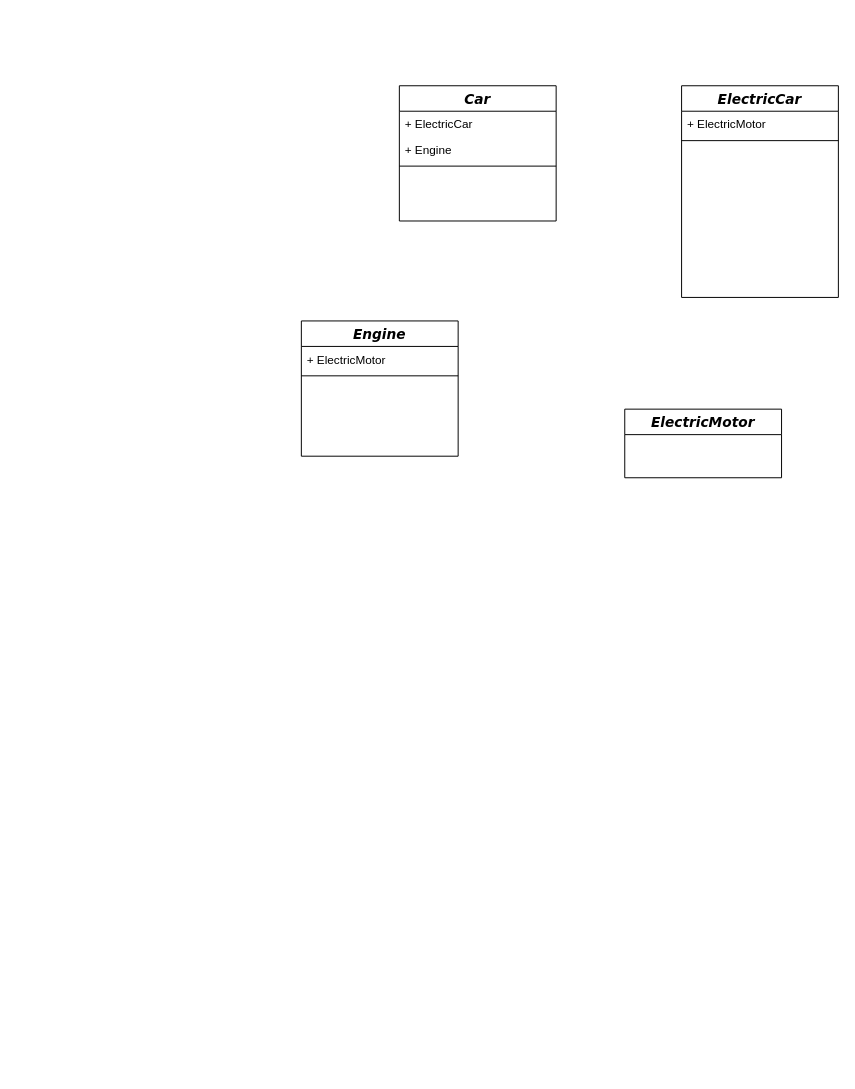
Earlier version of the draw.io diagram Untitled Diagram.drawio (DeeKay81/DeeKay81). Source tidied: cells renumbered, new cells numbered last; positions are measured from the earlier drawing's top-left corner, leaving out a move shared by most shapes. Both pictures are drawn from the tidied source at 98%, with x=0, y=0 at pixel (301, 85).
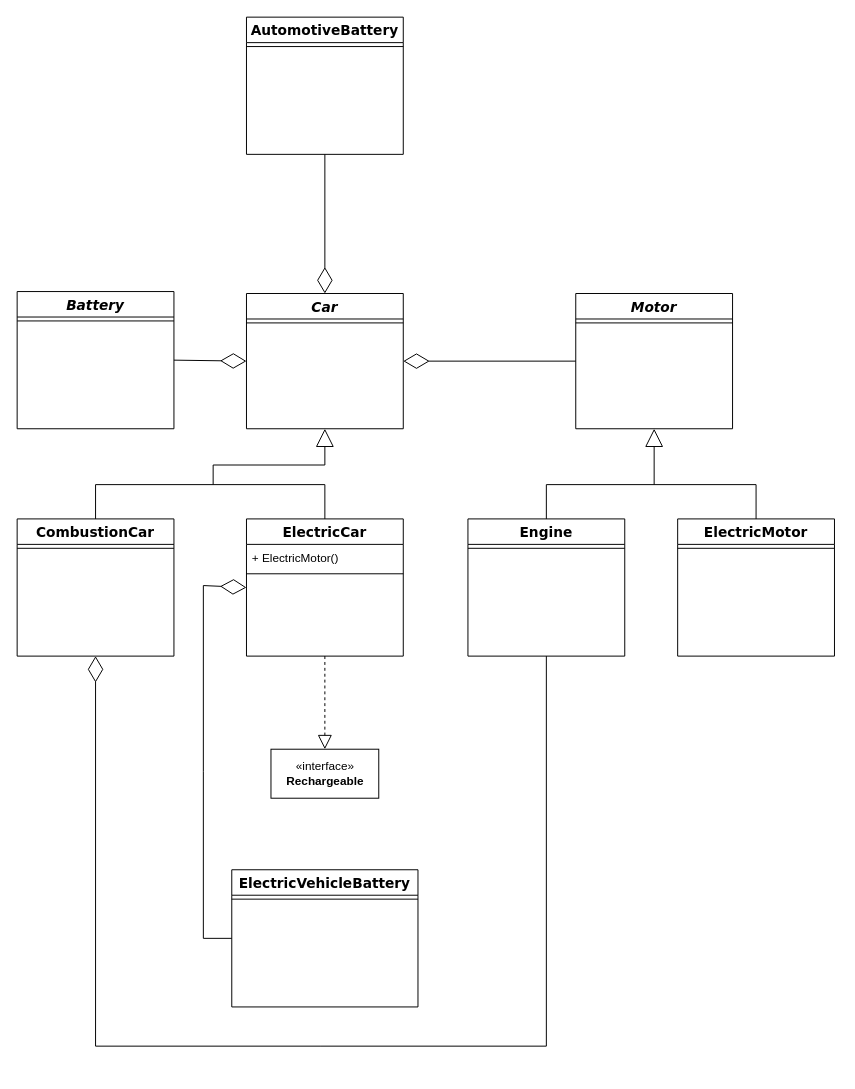
After the change.

The edit, as a diff of the source:
```diff
@@
     <mxCell id="2" value="Car" style="swimlane;fontStyle=3;align=center;verticalAlign=middle;horizontal=1;startSize=26;rounded=0;shadow=0;strokeWidth=1;fontFamily=Verdana;fontSize=14;" parent="1" vertex="1">
-      <mxGeometry x="100" width="160" height="138" as="geometry" />
+      <mxGeometry x="-56" y="212" width="160" height="138" as="geometry" />
     </mxCell>
-    <mxCell id="3" value="+ ElectricCar" style="text;align=left;verticalAlign=top;spacingLeft=4;spacingRight=4;overflow=hidden;" parent="2" vertex="1">
-      <mxGeometry y="26" width="160" height="26" as="geometry" />
-    </mxCell>
-    <mxCell id="4" value="+ Engine" style="text;align=left;verticalAlign=top;spacingLeft=4;spacingRight=4;overflow=hidden;" parent="2" vertex="1">
-      <mxGeometry y="52" width="160" height="26" as="geometry" />
-    </mxCell>
-    <mxCell id="5" style="line;html=1;strokeWidth=1;align=left;verticalAlign=middle;spacingTop=-1;spacingLeft=3;spacingRight=3;labelPosition=right;" parent="2" vertex="1">
-      <mxGeometry y="78" width="160" height="8" as="geometry" />
-    </mxCell>
+    <mxCell id="13" style="line;html=1;strokeWidth=1;align=left;verticalAlign=middle;spacingTop=-1;spacingLeft=3;spacingRight=3;labelPosition=right;" parent="2" vertex="1">
+      <mxGeometry y="26" width="160" height="8" as="geometry" />
+    </mxCell>
-    <mxCell id="6" value="Engine" style="swimlane;fontStyle=3;align=center;verticalAlign=middle;horizontal=1;startSize=26;rounded=0;shadow=0;strokeWidth=1;fontFamily=Verdana;fontSize=14;" parent="1" vertex="1">
-      <mxGeometry y="240" width="160" height="138" as="geometry" />
+    <mxCell id="6" value="Engine" style="swimlane;fontStyle=1;align=center;verticalAlign=middle;horizontal=1;startSize=26;rounded=0;shadow=0;strokeWidth=1;fontFamily=Verdana;fontSize=14;" parent="1" vertex="1">
+      <mxGeometry x="170" y="442" width="160" height="140" as="geometry" />
     </mxCell>
-    <mxCell id="7" value="+ ElectricMotor" style="text;align=left;verticalAlign=top;spacingLeft=4;spacingRight=4;overflow=hidden;" parent="6" vertex="1">
-      <mxGeometry y="26" width="160" height="26" as="geometry" />
-    </mxCell>
-    <mxCell id="8" style="line;html=1;strokeWidth=1;align=left;verticalAlign=middle;spacingTop=-1;spacingLeft=3;spacingRight=3;labelPosition=right;" parent="6" vertex="1">
-      <mxGeometry y="52" width="160" height="8" as="geometry" />
-    </mxCell>
+    <mxCell id="14" style="line;html=1;strokeWidth=1;align=left;verticalAlign=middle;spacingTop=-1;spacingLeft=3;spacingRight=3;labelPosition=right;" parent="6" vertex="1">
+      <mxGeometry y="26" width="160" height="8" as="geometry" />
+    </mxCell>
+    <mxCell id="10" value="ElectricCar" style="swimlane;fontStyle=1;align=center;verticalAlign=middle;horizontal=1;startSize=26;rounded=0;shadow=0;strokeWidth=1;fontFamily=Verdana;fontSize=14;" parent="1" vertex="1">
+      <mxGeometry x="-56" y="442" width="160" height="140" as="geometry" />
+    </mxCell>
+    <mxCell id="15" value="+ ElectricMotor()" style="text;strokeColor=none;fillColor=none;align=left;verticalAlign=top;spacingLeft=4;spacingRight=4;overflow=hidden;" parent="10" vertex="1">
+      <mxGeometry y="26" width="160" height="26" as="geometry" />
+    </mxCell>
+    <mxCell id="12" style="line;html=1;strokeWidth=1;align=left;verticalAlign=middle;spacingTop=-1;spacingLeft=3;spacingRight=3;labelPosition=right;" parent="10" vertex="1">
+      <mxGeometry y="52" width="160" height="8" as="geometry" />
+    </mxCell>
-    <mxCell id="9" value="ElectricMotor" style="swimlane;fontStyle=3;align=center;verticalAlign=middle;horizontal=1;startSize=26;rounded=0;shadow=0;strokeWidth=1;fontFamily=Verdana;fontSize=14;" parent="1" vertex="1">
-      <mxGeometry x="330" y="330" width="160" height="70" as="geometry" />
+    <mxCell id="9" value="ElectricMotor" style="swimlane;fontStyle=1;align=center;verticalAlign=middle;horizontal=1;startSize=26;rounded=0;shadow=0;strokeWidth=1;fontFamily=Verdana;fontSize=14;" parent="1" vertex="1">
+      <mxGeometry x="384" y="442" width="160" height="140" as="geometry" />
     </mxCell>
-    <mxCell id="10" value="ElectricCar" style="swimlane;fontStyle=3;align=center;verticalAlign=middle;horizontal=1;startSize=26;rounded=0;shadow=0;strokeWidth=1;fontFamily=Verdana;fontSize=14;" parent="1" vertex="1">
-      <mxGeometry x="388" width="160" height="216" as="geometry" />
-    </mxCell>
-    <mxCell id="11" value="+ ElectricMotor" style="text;align=left;verticalAlign=top;spacingLeft=4;spacingRight=4;overflow=hidden;" parent="10" vertex="1">
-      <mxGeometry y="26" width="160" height="26" as="geometry" />
-    </mxCell>
-    <mxCell id="12" style="line;html=1;strokeWidth=1;align=left;verticalAlign=middle;spacingTop=-1;spacingLeft=3;spacingRight=3;labelPosition=right;" parent="10" vertex="1">
-      <mxGeometry y="52" width="160" height="8" as="geometry" />
-    </mxCell>
+    <mxCell id="16" style="line;html=1;strokeWidth=1;align=left;verticalAlign=middle;spacingTop=-1;spacingLeft=3;spacingRight=3;labelPosition=right;" parent="9" vertex="1">
+      <mxGeometry y="26" width="160" height="8" as="geometry" />
+    </mxCell>
+    <mxCell id="17" style="endArrow=diamondThin;endFill=0;endSize=24;html=1;rounded=0;entryX=1;entryY=0.5;entryDx=0;entryDy=0;exitX=0;exitY=0.5;exitDx=0;exitDy=0;" parent="1" edge="1" source="19" target="2">
+      <mxGeometry relative="1" as="geometry" />
+    </mxCell>
+    <mxCell id="18" style="endArrow=block;endSize=16;endFill=0;html=1;rounded=0;entryX=0.5;entryY=1;entryDx=0;entryDy=0;" parent="1" edge="1" target="19">
+      <mxGeometry relative="1" as="geometry">
+        <mxPoint x="360" y="407" as="sourcePoint" />
+      </mxGeometry>
+    </mxCell>
+    <mxCell id="19" value="Motor" style="swimlane;fontStyle=3;align=center;verticalAlign=middle;horizontal=1;startSize=26;rounded=0;shadow=0;strokeWidth=1;fontFamily=Verdana;fontSize=14;" parent="1" vertex="1">
+      <mxGeometry x="280" y="212" width="160" height="138" as="geometry" />
+    </mxCell>
+    <mxCell id="20" style="line;html=1;strokeWidth=1;align=left;verticalAlign=middle;spacingTop=-1;spacingLeft=3;spacingRight=3;labelPosition=right;" parent="19" vertex="1">
+      <mxGeometry y="26" width="160" height="8" as="geometry" />
+    </mxCell>
+    <mxCell id="21" style="endArrow=none;html=1;edgeStyle=orthogonalEdgeStyle;rounded=0;exitX=0.5;exitY=0;exitDx=0;exitDy=0;entryX=0.5;entryY=0;entryDx=0;entryDy=0;" parent="1" edge="1" source="6" target="9">
+      <mxGeometry relative="1" as="geometry">
+        <Array as="points">
+          <mxPoint x="250" y="407" />
+          <mxPoint x="464" y="407" />
+        </Array>
+      </mxGeometry>
+    </mxCell>
+    <mxCell id="22" value="Battery" style="swimlane;fontStyle=3;align=center;verticalAlign=middle;horizontal=1;startSize=26;rounded=0;shadow=0;strokeWidth=1;fontFamily=Verdana;fontSize=14;" parent="1" vertex="1">
+      <mxGeometry x="-290" y="210" width="160" height="140" as="geometry" />
+    </mxCell>
+    <mxCell id="23" style="line;html=1;strokeWidth=1;align=left;verticalAlign=middle;spacingTop=-1;spacingLeft=3;spacingRight=3;labelPosition=right;" parent="22" vertex="1">
+      <mxGeometry y="26" width="160" height="8" as="geometry" />
+    </mxCell>
+    <mxCell id="24" style="endArrow=diamondThin;endFill=0;endSize=24;html=1;rounded=0;entryX=0;entryY=0.5;entryDx=0;entryDy=0;exitX=1;exitY=0.5;exitDx=0;exitDy=0;" parent="1" edge="1" source="22" target="2">
+      <mxGeometry relative="1" as="geometry" />
+    </mxCell>
+    <mxCell id="25" value="&lt;div&gt;«interface»&lt;/div&gt;&lt;div&gt;&lt;b&gt;Rechargeable&lt;/b&gt;&lt;/div&gt;" style="html=1;" parent="1" vertex="1">
+      <mxGeometry x="-31" y="677" width="110" height="50" as="geometry" />
+    </mxCell>
+    <mxCell id="26" style="endArrow=block;dashed=1;endFill=0;endSize=12;html=1;rounded=0;exitX=0.5;exitY=1;exitDx=0;exitDy=0;entryX=0.5;entryY=0;entryDx=0;entryDy=0;" parent="1" edge="1" source="10" target="25">
+      <mxGeometry relative="1" as="geometry" />
+    </mxCell>
+    <mxCell id="27" value="CombustionCar" style="swimlane;fontStyle=1;align=center;verticalAlign=middle;horizontal=1;startSize=26;rounded=0;shadow=0;strokeWidth=1;fontFamily=Verdana;fontSize=14;" parent="1" vertex="1">
+      <mxGeometry x="-290" y="442" width="160" height="140" as="geometry" />
+    </mxCell>
+    <mxCell id="28" style="line;html=1;strokeWidth=1;align=left;verticalAlign=middle;spacingTop=-1;spacingLeft=3;spacingRight=3;labelPosition=right;" parent="27" vertex="1">
+      <mxGeometry y="26" width="160" height="8" as="geometry" />
+    </mxCell>
+    <mxCell id="29" style="endArrow=block;endSize=16;endFill=0;html=1;rounded=0;entryX=0.5;entryY=1;entryDx=0;entryDy=0;" parent="1" edge="1" target="2">
+      <mxGeometry relative="1" as="geometry">
+        <mxPoint x="-90" y="407" as="sourcePoint" />
+        <Array as="points">
+          <mxPoint x="-90" y="387" />
+          <mxPoint x="24" y="387" />
+        </Array>
+      </mxGeometry>
+    </mxCell>
+    <mxCell id="30" style="endArrow=none;html=1;edgeStyle=orthogonalEdgeStyle;rounded=0;exitX=0.5;exitY=0;exitDx=0;exitDy=0;entryX=0.5;entryY=0;entryDx=0;entryDy=0;" parent="1" edge="1" target="10">
+      <mxGeometry relative="1" as="geometry">
+        <mxPoint x="-210" y="442" as="sourcePoint" />
+        <Array as="points">
+          <mxPoint x="-210" y="407" />
+          <mxPoint x="24" y="407" />
+        </Array>
+      </mxGeometry>
+    </mxCell>
+    <mxCell id="31" style="endArrow=diamondThin;endFill=0;endSize=24;html=1;rounded=0;entryX=0.5;entryY=1;entryDx=0;entryDy=0;exitX=0.5;exitY=1;exitDx=0;exitDy=0;" parent="1" edge="1" source="6" target="27">
+      <mxGeometry relative="1" as="geometry">
+        <Array as="points">
+          <mxPoint x="250" y="980" />
+          <mxPoint x="20" y="980" />
+          <mxPoint x="-210" y="980" />
+        </Array>
+      </mxGeometry>
+    </mxCell>
+    <mxCell id="32" value="AutomotiveBattery" style="swimlane;fontStyle=1;align=center;verticalAlign=middle;horizontal=1;startSize=26;rounded=0;shadow=0;strokeWidth=1;fontFamily=Verdana;fontSize=14;" parent="1" vertex="1">
+      <mxGeometry x="-56" y="-70" width="160" height="140" as="geometry" />
+    </mxCell>
+    <mxCell id="33" style="line;html=1;strokeWidth=1;align=left;verticalAlign=middle;spacingTop=-1;spacingLeft=3;spacingRight=3;labelPosition=right;" parent="32" vertex="1">
+      <mxGeometry y="26" width="160" height="8" as="geometry" />
+    </mxCell>
+    <mxCell id="34" value="ElectricVehicleBattery" style="swimlane;fontStyle=1;align=center;verticalAlign=middle;horizontal=1;startSize=26;rounded=0;shadow=0;strokeWidth=1;fontFamily=Verdana;fontSize=14;" parent="1" vertex="1">
+      <mxGeometry x="-71" y="800" width="190" height="140" as="geometry" />
+    </mxCell>
+    <mxCell id="35" style="line;html=1;strokeWidth=1;align=left;verticalAlign=middle;spacingTop=-1;spacingLeft=3;spacingRight=3;labelPosition=right;" parent="34" vertex="1">
+      <mxGeometry y="26" width="190" height="8" as="geometry" />
+    </mxCell>
+    <mxCell id="36" style="endArrow=diamondThin;endFill=0;endSize=24;html=1;rounded=0;entryX=0.5;entryY=0;entryDx=0;entryDy=0;exitX=0.5;exitY=1;exitDx=0;exitDy=0;" parent="1" edge="1" source="32" target="2">
+      <mxGeometry relative="1" as="geometry" />
+    </mxCell>
+    <mxCell id="37" style="endArrow=diamondThin;endFill=0;endSize=24;html=1;rounded=0;entryX=0;entryY=0.5;entryDx=0;entryDy=0;exitX=0;exitY=0.5;exitDx=0;exitDy=0;" parent="1" edge="1" source="34" target="10">
+      <mxGeometry relative="1" as="geometry">
+        <Array as="points">
+          <mxPoint x="-100" y="870" />
+          <mxPoint x="-100" y="700" />
+          <mxPoint x="-100" y="510" />
+        </Array>
+      </mxGeometry>
+    </mxCell>
```
